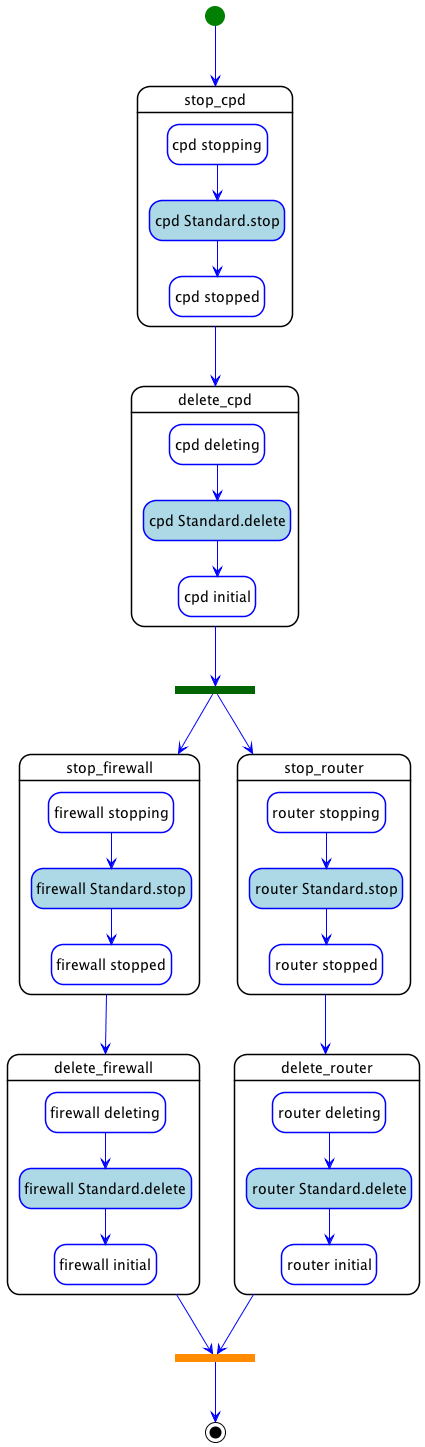
This is examples/tosca-community-contributions/diagrams/uml2/examples-1.2-simple-for-nfv-simple-for-nfv-declarative_undeploy-workflow-diagram.png from Orange-OpenSource/Cloudnet-TOSCA-toolbox, a PlantUML export, as it was before one commit. The source it was exported from:
```plantuml
@startuml
hide empty description
skinparam shadowing false
skinparam state {
  ArrowColor blue
  BorderColor blue
  EndColor black
  StartColor green
  BackGroundColor<< step >> white
  BorderColor<< step >> black
  BackGroundColor<< delegate >> lightgrey
  BackGroundColor<< set_state >> white
  BackGroundColor<< call_operation >> lightblue
  BackGroundColor<< inline >> white
}
skinparam ActivityBarColor<<fork>> DarkGreen
skinparam ActivityBarColor<<join>> DarkOrange

state "stop_cpd" as step_declarative_undeploy_stop_cpd << step >> {
  state "cpd stopping" as step_declarative_undeploy_stop_cpd_cpd_stopping << set_state >>
  state "cpd Standard.stop" as step_declarative_undeploy_stop_cpd_cpd_Standard.stop << call_operation >>
  state "cpd stopped" as step_declarative_undeploy_stop_cpd_cpd_stopped << set_state >>
  step_declarative_undeploy_stop_cpd_cpd_stopping --> step_declarative_undeploy_stop_cpd_cpd_Standard.stop
  step_declarative_undeploy_stop_cpd_cpd_Standard.stop --> step_declarative_undeploy_stop_cpd_cpd_stopped
}
state "delete_cpd" as step_declarative_undeploy_delete_cpd << step >> {
  state "cpd deleting" as step_declarative_undeploy_delete_cpd_cpd_deleting << set_state >>
  state "cpd Standard.delete" as step_declarative_undeploy_delete_cpd_cpd_Standard.delete << call_operation >>
  state "cpd initial" as step_declarative_undeploy_delete_cpd_cpd_initial << set_state >>
  step_declarative_undeploy_delete_cpd_cpd_deleting --> step_declarative_undeploy_delete_cpd_cpd_Standard.delete
  step_declarative_undeploy_delete_cpd_cpd_Standard.delete --> step_declarative_undeploy_delete_cpd_cpd_initial
}
state "stop_firewall" as step_declarative_undeploy_stop_firewall << step >> {
  state "firewall stopping" as step_declarative_undeploy_stop_firewall_firewall_stopping << set_state >>
  state "firewall Standard.stop" as step_declarative_undeploy_stop_firewall_firewall_Standard.stop << call_operation >>
  state "firewall stopped" as step_declarative_undeploy_stop_firewall_firewall_stopped << set_state >>
  step_declarative_undeploy_stop_firewall_firewall_stopping --> step_declarative_undeploy_stop_firewall_firewall_Standard.stop
  step_declarative_undeploy_stop_firewall_firewall_Standard.stop --> step_declarative_undeploy_stop_firewall_firewall_stopped
}
state "delete_firewall" as step_declarative_undeploy_delete_firewall << step >> {
  state "firewall deleting" as step_declarative_undeploy_delete_firewall_firewall_deleting << set_state >>
  state "firewall Standard.delete" as step_declarative_undeploy_delete_firewall_firewall_Standard.delete << call_operation >>
  state "firewall initial" as step_declarative_undeploy_delete_firewall_firewall_initial << set_state >>
  step_declarative_undeploy_delete_firewall_firewall_deleting --> step_declarative_undeploy_delete_firewall_firewall_Standard.delete
  step_declarative_undeploy_delete_firewall_firewall_Standard.delete --> step_declarative_undeploy_delete_firewall_firewall_initial
}
state "stop_router" as step_declarative_undeploy_stop_router << step >> {
  state "router stopping" as step_declarative_undeploy_stop_router_router_stopping << set_state >>
  state "router Standard.stop" as step_declarative_undeploy_stop_router_router_Standard.stop << call_operation >>
  state "router stopped" as step_declarative_undeploy_stop_router_router_stopped << set_state >>
  step_declarative_undeploy_stop_router_router_stopping --> step_declarative_undeploy_stop_router_router_Standard.stop
  step_declarative_undeploy_stop_router_router_Standard.stop --> step_declarative_undeploy_stop_router_router_stopped
}
state "delete_router" as step_declarative_undeploy_delete_router << step >> {
  state "router deleting" as step_declarative_undeploy_delete_router_router_deleting << set_state >>
  state "router Standard.delete" as step_declarative_undeploy_delete_router_router_Standard.delete << call_operation >>
  state "router initial" as step_declarative_undeploy_delete_router_router_initial << set_state >>
  step_declarative_undeploy_delete_router_router_deleting --> step_declarative_undeploy_delete_router_router_Standard.delete
  step_declarative_undeploy_delete_router_router_Standard.delete --> step_declarative_undeploy_delete_router_router_initial
}
step_declarative_undeploy_stop_cpd --> step_declarative_undeploy_delete_cpd
state step_declarative_undeploy_delete_cpd_fork <<fork>>
step_declarative_undeploy_delete_cpd --> step_declarative_undeploy_delete_cpd_fork
step_declarative_undeploy_delete_cpd_fork --> step_declarative_undeploy_stop_firewall
step_declarative_undeploy_delete_cpd_fork --> step_declarative_undeploy_stop_router
step_declarative_undeploy_stop_firewall --> step_declarative_undeploy_delete_firewall
step_declarative_undeploy_stop_router --> step_declarative_undeploy_delete_router
[*] --> step_declarative_undeploy_stop_cpd
state declarative_undeploy_join <<join>>
declarative_undeploy_join --> [*]
step_declarative_undeploy_delete_firewall --> declarative_undeploy_join
step_declarative_undeploy_delete_router --> declarative_undeploy_join
@enduml
```
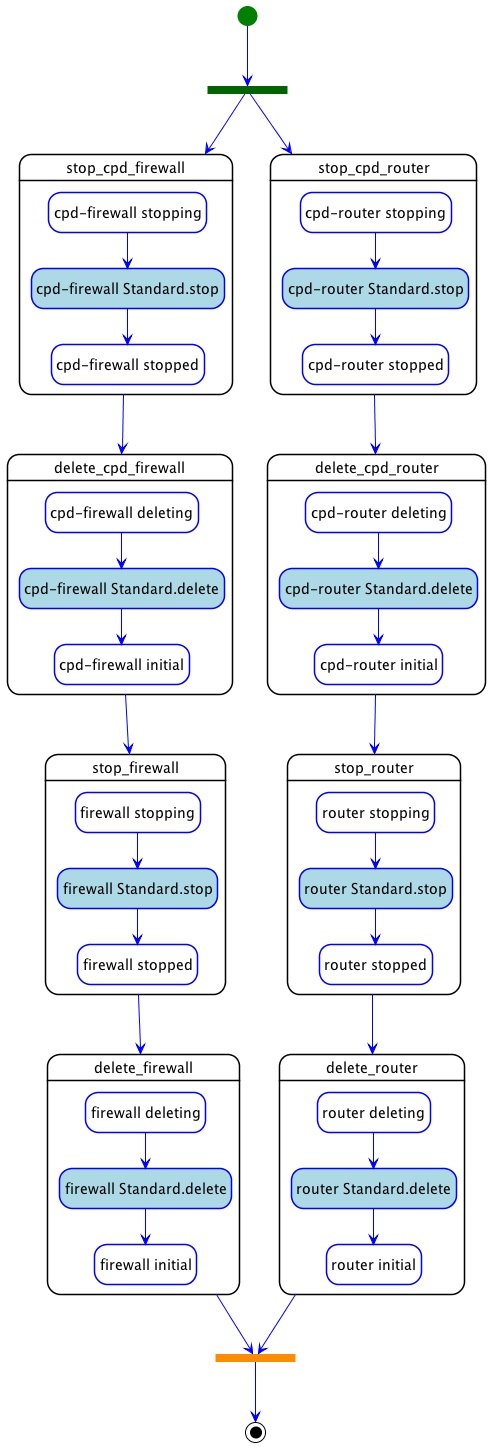
After the change.

The edit, as a diff of the source:
```diff
@@ -16,19 +16,33 @@
 skinparam ActivityBarColor<<fork>> DarkGreen
 skinparam ActivityBarColor<<join>> DarkOrange
 
-state "stop_cpd" as step_declarative_undeploy_stop_cpd << step >> {
-  state "cpd stopping" as step_declarative_undeploy_stop_cpd_cpd_stopping << set_state >>
-  state "cpd Standard.stop" as step_declarative_undeploy_stop_cpd_cpd_Standard.stop << call_operation >>
-  state "cpd stopped" as step_declarative_undeploy_stop_cpd_cpd_stopped << set_state >>
-  step_declarative_undeploy_stop_cpd_cpd_stopping --> step_declarative_undeploy_stop_cpd_cpd_Standard.stop
-  step_declarative_undeploy_stop_cpd_cpd_Standard.stop --> step_declarative_undeploy_stop_cpd_cpd_stopped
+state "stop_cpd_firewall" as step_declarative_undeploy_stop_cpd_firewall << step >> {
+  state "cpd-firewall stopping" as step_declarative_undeploy_stop_cpd_firewall_cpd_firewall_stopping << set_state >>
+  state "cpd-firewall Standard.stop" as step_declarative_undeploy_stop_cpd_firewall_cpd_firewall_Standard.stop << call_operation >>
+  state "cpd-firewall stopped" as step_declarative_undeploy_stop_cpd_firewall_cpd_firewall_stopped << set_state >>
+  step_declarative_undeploy_stop_cpd_firewall_cpd_firewall_stopping --> step_declarative_undeploy_stop_cpd_firewall_cpd_firewall_Standard.stop
+  step_declarative_undeploy_stop_cpd_firewall_cpd_firewall_Standard.stop --> step_declarative_undeploy_stop_cpd_firewall_cpd_firewall_stopped
 }
-state "delete_cpd" as step_declarative_undeploy_delete_cpd << step >> {
-  state "cpd deleting" as step_declarative_undeploy_delete_cpd_cpd_deleting << set_state >>
-  state "cpd Standard.delete" as step_declarative_undeploy_delete_cpd_cpd_Standard.delete << call_operation >>
-  state "cpd initial" as step_declarative_undeploy_delete_cpd_cpd_initial << set_state >>
-  step_declarative_undeploy_delete_cpd_cpd_deleting --> step_declarative_undeploy_delete_cpd_cpd_Standard.delete
-  step_declarative_undeploy_delete_cpd_cpd_Standard.delete --> step_declarative_undeploy_delete_cpd_cpd_initial
+state "delete_cpd_firewall" as step_declarative_undeploy_delete_cpd_firewall << step >> {
+  state "cpd-firewall deleting" as step_declarative_undeploy_delete_cpd_firewall_cpd_firewall_deleting << set_state >>
+  state "cpd-firewall Standard.delete" as step_declarative_undeploy_delete_cpd_firewall_cpd_firewall_Standard.delete << call_operation >>
+  state "cpd-firewall initial" as step_declarative_undeploy_delete_cpd_firewall_cpd_firewall_initial << set_state >>
+  step_declarative_undeploy_delete_cpd_firewall_cpd_firewall_deleting --> step_declarative_undeploy_delete_cpd_firewall_cpd_firewall_Standard.delete
+  step_declarative_undeploy_delete_cpd_firewall_cpd_firewall_Standard.delete --> step_declarative_undeploy_delete_cpd_firewall_cpd_firewall_initial
+}
+state "stop_cpd_router" as step_declarative_undeploy_stop_cpd_router << step >> {
+  state "cpd-router stopping" as step_declarative_undeploy_stop_cpd_router_cpd_router_stopping << set_state >>
+  state "cpd-router Standard.stop" as step_declarative_undeploy_stop_cpd_router_cpd_router_Standard.stop << call_operation >>
+  state "cpd-router stopped" as step_declarative_undeploy_stop_cpd_router_cpd_router_stopped << set_state >>
+  step_declarative_undeploy_stop_cpd_router_cpd_router_stopping --> step_declarative_undeploy_stop_cpd_router_cpd_router_Standard.stop
+  step_declarative_undeploy_stop_cpd_router_cpd_router_Standard.stop --> step_declarative_undeploy_stop_cpd_router_cpd_router_stopped
+}
+state "delete_cpd_router" as step_declarative_undeploy_delete_cpd_router << step >> {
+  state "cpd-router deleting" as step_declarative_undeploy_delete_cpd_router_cpd_router_deleting << set_state >>
+  state "cpd-router Standard.delete" as step_declarative_undeploy_delete_cpd_router_cpd_router_Standard.delete << call_operation >>
+  state "cpd-router initial" as step_declarative_undeploy_delete_cpd_router_cpd_router_initial << set_state >>
+  step_declarative_undeploy_delete_cpd_router_cpd_router_deleting --> step_declarative_undeploy_delete_cpd_router_cpd_router_Standard.delete
+  step_declarative_undeploy_delete_cpd_router_cpd_router_Standard.delete --> step_declarative_undeploy_delete_cpd_router_cpd_router_initial
 }
 state "stop_firewall" as step_declarative_undeploy_stop_firewall << step >> {
   state "firewall stopping" as step_declarative_undeploy_stop_firewall_firewall_stopping << set_state >>
@@ -58,14 +72,16 @@
   step_declarative_undeploy_delete_router_router_deleting --> step_declarative_undeploy_delete_router_router_Standard.delete
   step_declarative_undeploy_delete_router_router_Standard.delete --> step_declarative_undeploy_delete_router_router_initial
 }
-step_declarative_undeploy_stop_cpd --> step_declarative_undeploy_delete_cpd
-state step_declarative_undeploy_delete_cpd_fork <<fork>>
-step_declarative_undeploy_delete_cpd --> step_declarative_undeploy_delete_cpd_fork
-step_declarative_undeploy_delete_cpd_fork --> step_declarative_undeploy_stop_firewall
-step_declarative_undeploy_delete_cpd_fork --> step_declarative_undeploy_stop_router
+step_declarative_undeploy_stop_cpd_firewall --> step_declarative_undeploy_delete_cpd_firewall
+step_declarative_undeploy_delete_cpd_firewall --> step_declarative_undeploy_stop_firewall
+step_declarative_undeploy_stop_cpd_router --> step_declarative_undeploy_delete_cpd_router
+step_declarative_undeploy_delete_cpd_router --> step_declarative_undeploy_stop_router
 step_declarative_undeploy_stop_firewall --> step_declarative_undeploy_delete_firewall
 step_declarative_undeploy_stop_router --> step_declarative_undeploy_delete_router
-[*] --> step_declarative_undeploy_stop_cpd
+state declarative_undeploy_fork <<fork>>
+[*] --> declarative_undeploy_fork
+declarative_undeploy_fork --> step_declarative_undeploy_stop_cpd_firewall
+declarative_undeploy_fork --> step_declarative_undeploy_stop_cpd_router
 state declarative_undeploy_join <<join>>
 declarative_undeploy_join --> [*]
 step_declarative_undeploy_delete_firewall --> declarative_undeploy_join
```
